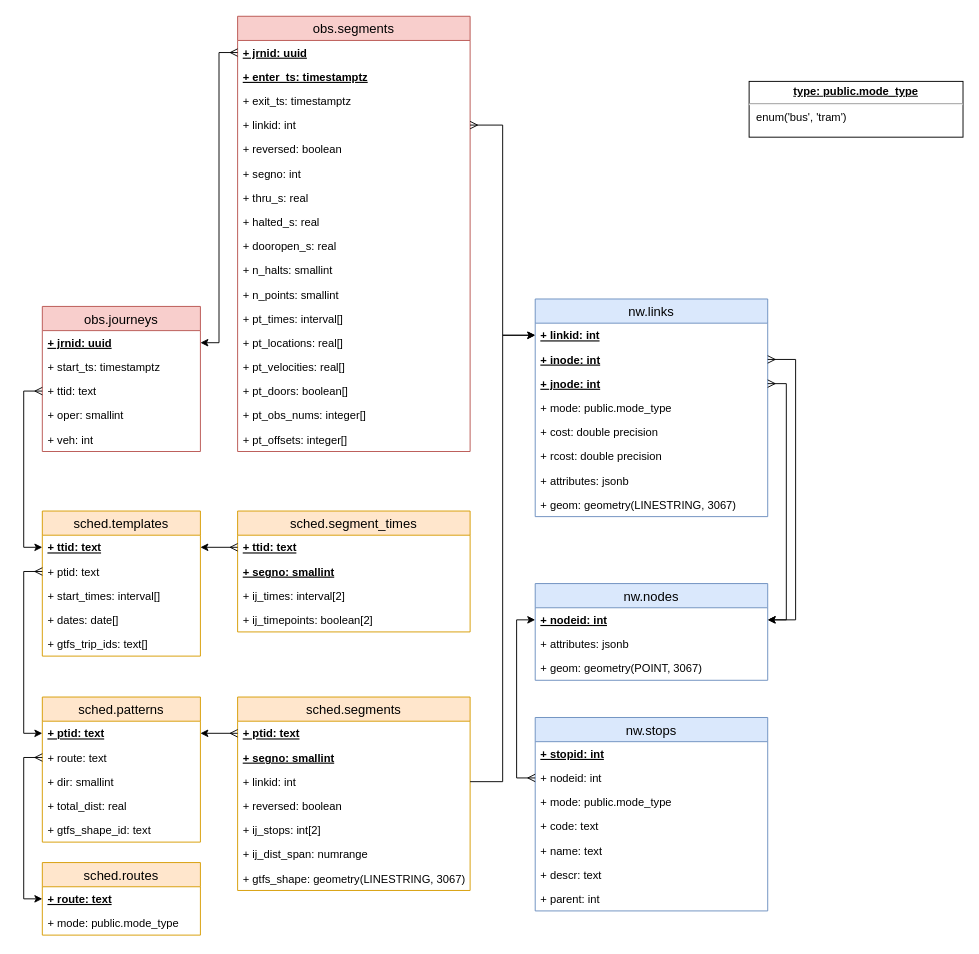
This is page "production" (1 of 5) of docs/sujuikoDB.drawio from datarttu/sujuikoDB, a draw.io file, before an edit. Source tidied: cells renumbered, new cells numbered last; positions are measured from the earlier drawing's top-left corner, leaving out a move shared by most shapes. Both pictures are drawn from the tidied source at 93%, with x=0, y=0 at pixel (23, 16).
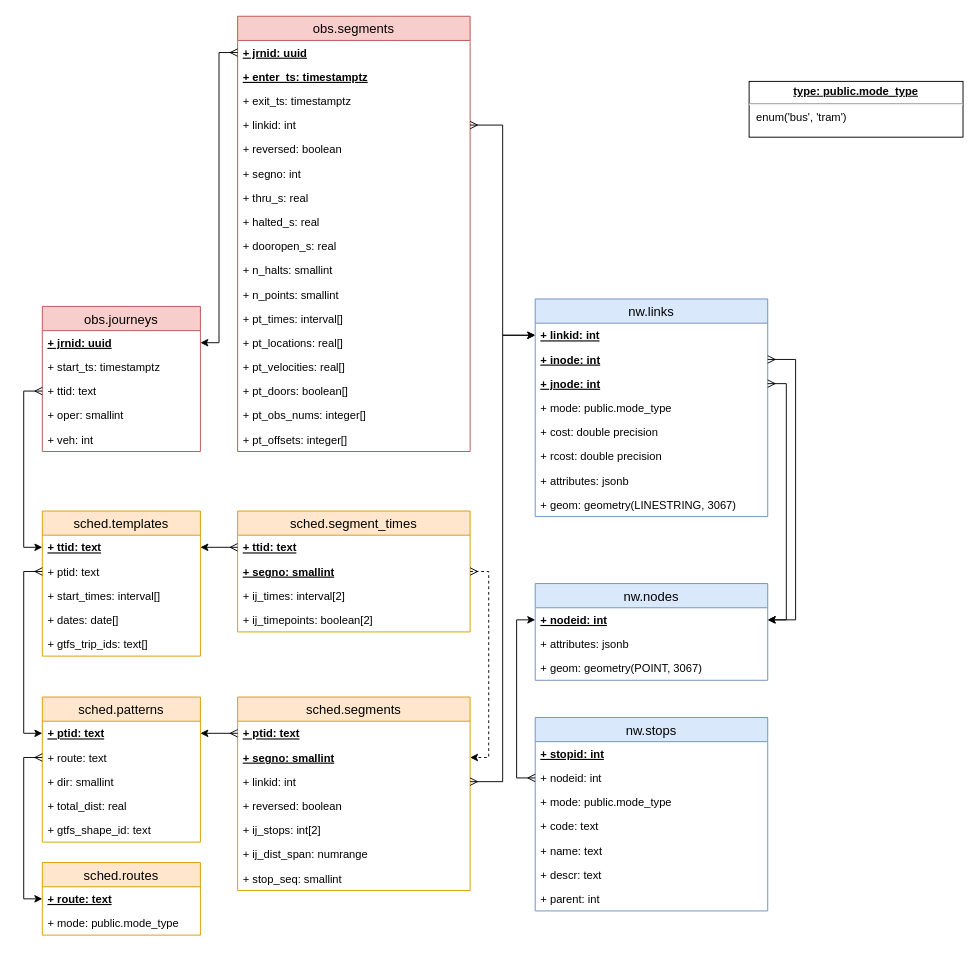
The same diagram, later.

Unchanged cells that the change refers to:
```xml
<mxCell id="21" value="+ linkid: int" style="text;strokeColor=none;fillColor=none;spacingLeft=4;spacingRight=4;overflow=hidden;points=[[0,0.5],[1,0.5]];portConstraint=eastwest;fontSize=12;fontStyle=5;" parent="20" vertex="1">
  <mxGeometry y="26" width="250" height="26" as="geometry" />
</mxCell>
<mxCell id="48" value="sched.segments" style="swimlane;fontStyle=0;horizontal=1;startSize=26;fillColor=#ffe6cc;swimlaneFillColor=#ffffff;align=center;fontSize=14;strokeColor=#d79b00;" parent="1" vertex="1">
  <mxGeometry x="230" y="732" width="250" height="208" as="geometry" />
</mxCell>
<mxCell id="50" value="+ segno: smallint" style="text;strokeColor=none;fillColor=none;spacingLeft=4;spacingRight=4;overflow=hidden;points=[[0,0.5],[1,0.5]];portConstraint=eastwest;fontSize=12;fontStyle=5;" parent="48" vertex="1">
  <mxGeometry y="52" width="250" height="26" as="geometry" />
</mxCell>
<mxCell id="51" value="+ linkid: int" style="text;strokeColor=none;fillColor=none;spacingLeft=4;spacingRight=4;overflow=hidden;points=[[0,0.5],[1,0.5]];portConstraint=eastwest;fontSize=12;fontStyle=0;" parent="48" vertex="1">
  <mxGeometry y="78" width="250" height="26" as="geometry" />
</mxCell>
<mxCell id="79" value="+ segno: smallint" style="text;strokeColor=none;fillColor=none;spacingLeft=4;spacingRight=4;overflow=hidden;points=[[0,0.5],[1,0.5]];portConstraint=eastwest;fontSize=12;fontStyle=5;" parent="77" vertex="1">
  <mxGeometry y="52" width="250" height="26" as="geometry" />
</mxCell>
```

The edit, as a diff of the source:
```diff
@@
-    <mxCell id="55" value="+ gtfs_shape: geometry(LINESTRING, 3067)" style="text;strokeColor=none;fillColor=none;spacingLeft=4;spacingRight=4;overflow=hidden;fontSize=12;" parent="48" vertex="1">
+    <mxCell id="55" value="+ stop_seq: smallint" style="text;strokeColor=none;fillColor=none;spacingLeft=4;spacingRight=4;overflow=hidden;fontSize=12;" parent="48" vertex="1">
       <mxGeometry y="182" width="250" height="26" as="geometry" />
     </mxCell>
@@
-    <mxCell id="70" style="edgeStyle=orthogonalEdgeStyle;rounded=0;jettySize=auto;html=1;exitX=1;exitY=0.5;exitDx=0;exitDy=0;entryX=0;entryY=0.5;entryDx=0;entryDy=0;" parent="1" edge="1" source="51" target="21">
+    <mxCell id="70" style="edgeStyle=orthogonalEdgeStyle;rounded=0;jettySize=auto;html=1;exitX=1;exitY=0.5;exitDx=0;exitDy=0;entryX=0;entryY=0.5;entryDx=0;entryDy=0;startArrow=ERmany;startFill=0;" parent="1" edge="1" source="51" target="21">
       <mxGeometry relative="1" as="geometry" />
     </mxCell>
@@
+    <mxCell id="87" style="edgeStyle=orthogonalEdgeStyle;rounded=0;jettySize=auto;html=1;exitX=1;exitY=0.5;exitDx=0;exitDy=0;entryX=1;entryY=0.5;entryDx=0;entryDy=0;startArrow=ERmany;startFill=0;dashed=1;" parent="1" edge="1" source="79" target="50">
+      <mxGeometry relative="1" as="geometry" />
+    </mxCell>
```
